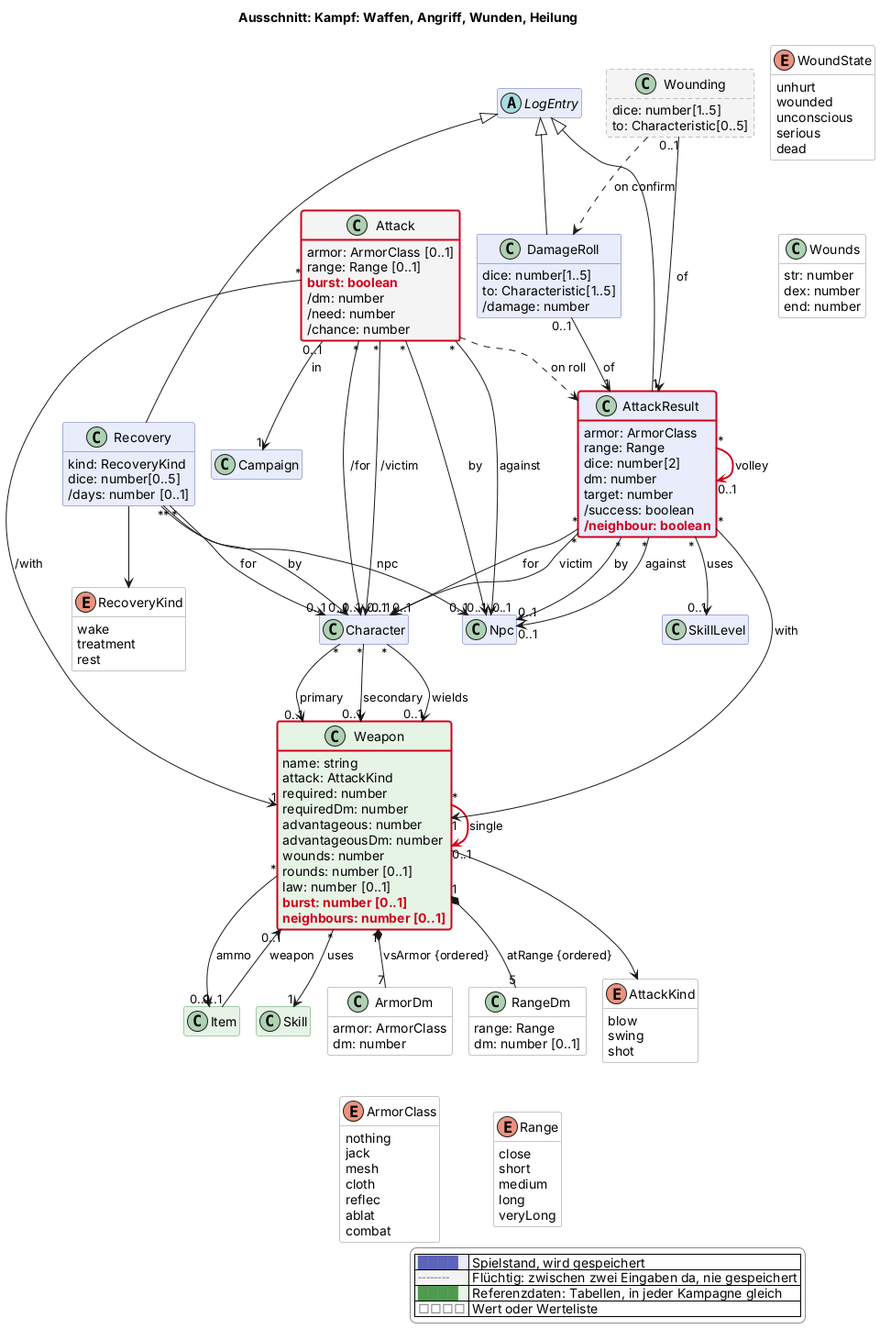
Earlier version of the PlantUML export docs/views/kampf.png (scuzzar/SRE).
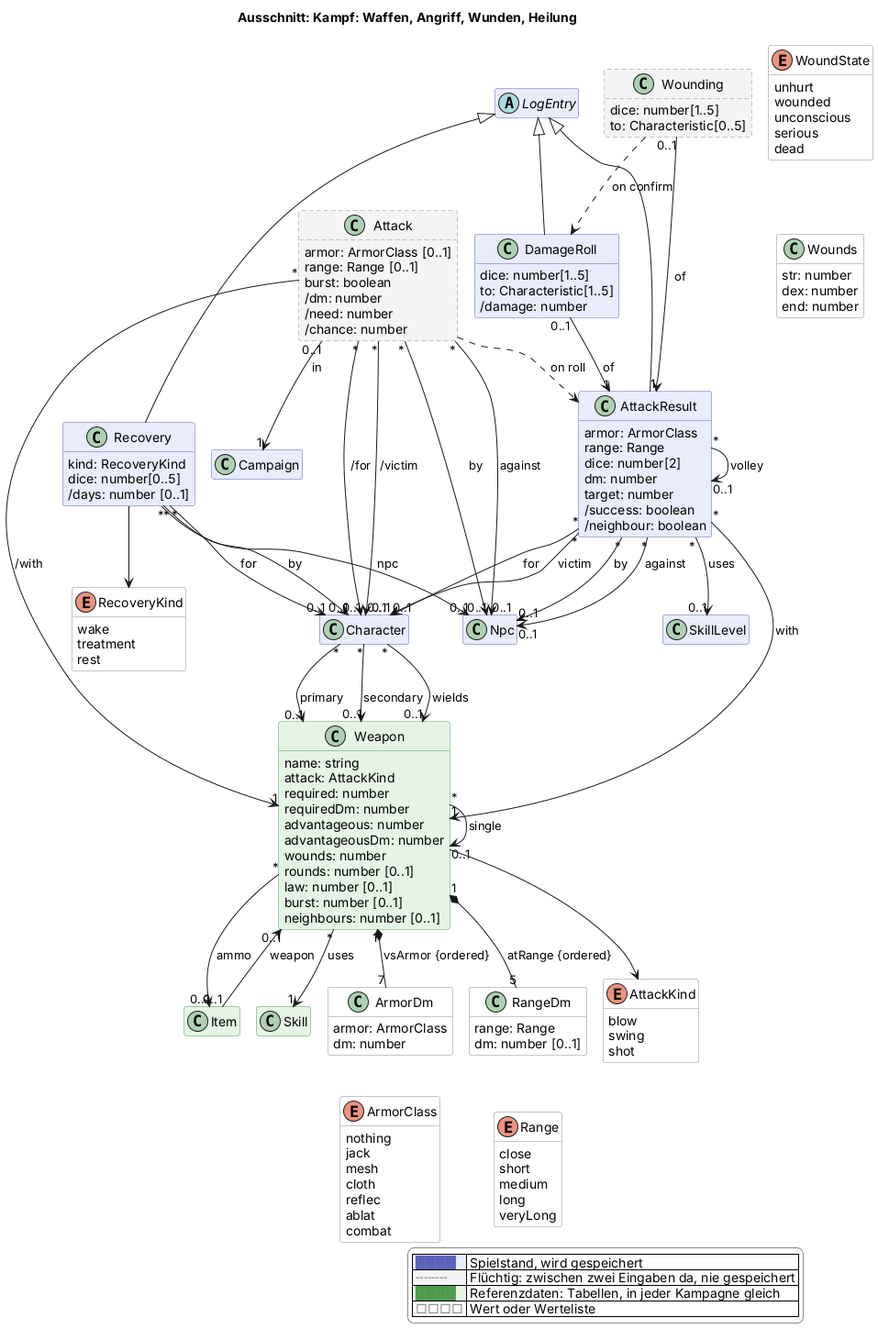
The same diagram one commit later.

Change to the diagram source:
```diff
@@ -71,7 +71,7 @@
   class Attack <<transient>> $kampf {
     armor: ArmorClass [0..1]
     range: Range [0..1]
-    $new("2026-11-07", "burst: boolean")
+    burst: boolean
     /dm: number
     /need: number
     /chance: number
@@ -83,7 +83,7 @@
     dm: number
     target: number
     /success: boolean
-    $new("2026-11-07", "/neighbour: boolean")
+    /neighbour: boolean
   }
   class Recovery $kampf {
     kind: RecoveryKind
@@ -130,8 +130,8 @@
     wounds: number
     rounds: number [0..1]
     law: number [0..1]
-    $new("2026-11-07", "burst: number [0..1]")
-    $new("2026-11-07", "neighbours: number [0..1]")
+    burst: number [0..1]
+    neighbours: number [0..1]
   }
   class ArmorDm <<value>> $kampf {
     armor: ArmorClass
@@ -174,7 +174,7 @@
 
 Weapon "*" --> "1" Skill : uses
 Weapon "*" --> "0..1" Item : ammo
-Weapon "*" -$newArrow("2026-11-07")-> "0..1" Weapon : single
+Weapon "*" --> "0..1" Weapon : single
 Weapon --> AttackKind
 Weapon "1" *-- "7" ArmorDm : vsArmor {ordered}
 Weapon "1" *-- "5" RangeDm : atRange {ordered}
@@ -203,7 +203,7 @@
 AttackResult "*" --> "0..1" Character : victim
 AttackResult "*" --> "1" Weapon : with
 AttackResult "*" --> "0..1" SkillLevel : uses
-AttackResult "*" -$newArrow("2026-11-07")-> "0..1" AttackResult : volley
+AttackResult "*" --> "0..1" AttackResult : volley
 DamageRoll "0..1" --> "1" AttackResult : of
 Wounding "0..1" --> "1" AttackResult : of
 Wounding ..> DamageRoll : on confirm
@@ -218,7 +218,4 @@
   |<#e6f4e6> <color:#4f9a4f>████</color> | Referenzdaten: Tabellen, in jeder Kampagne gleich |
   |<#ffffff> <color:#8a8a8a>□□□□</color> | Wert oder Werteliste |
 endlegend
-class Attack #line:d0021b;line.bold
-class AttackResult #line:d0021b;line.bold
-class Weapon #line:d0021b;line.bold
 @enduml
```
